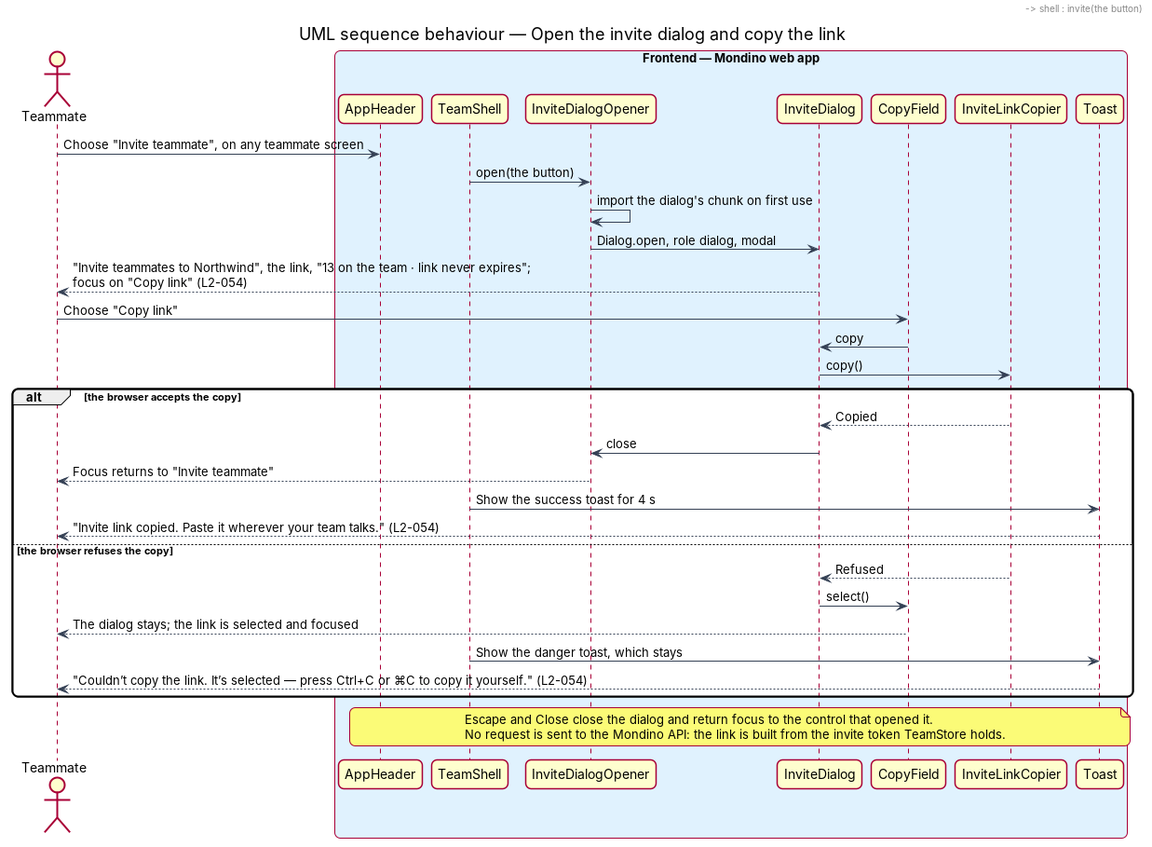
Earlier version of the PlantUML export docs/detailed-designs/joining/invite-teammates/diagrams/sequence-copy-invite-link.png (QuinntyneBrown/Mondino). Its source is kept beside it as docs/detailed-designs/joining/invite-teammates/diagrams/sequence-copy-invite-link.puml.
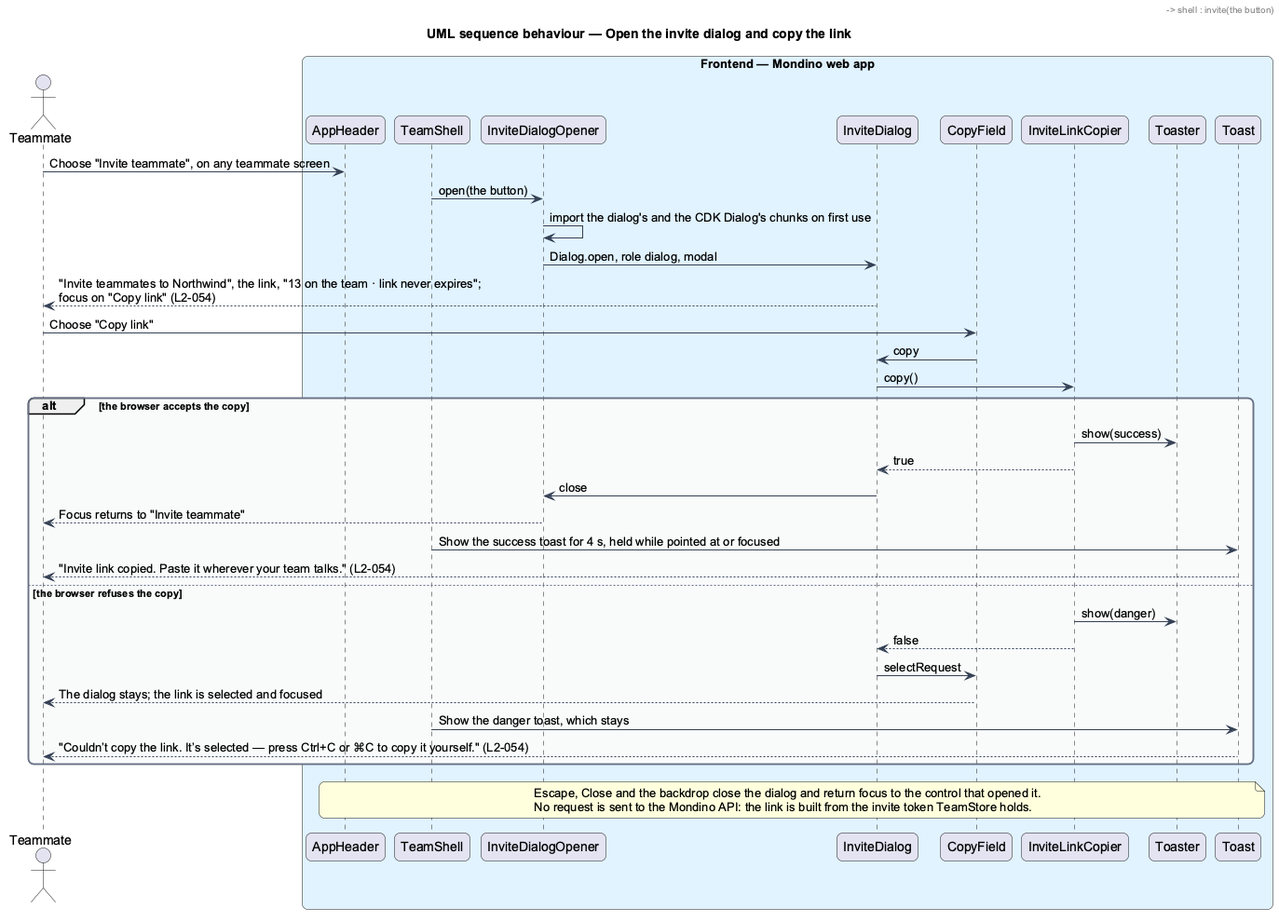
Above is the later version.

Commit message:
Bring the invite design, mocks note and dialog breakpoint in line before journey 16

Diff of the diagram source:
```diff
@@ -22,32 +22,35 @@
   participant "InviteDialog" as dialog
   participant "CopyField" as field
   participant "InviteLinkCopier" as copier
+  participant "Toaster" as toaster
   participant "Toast" as toast
 end box
 actor -> header : Choose "Invite teammate", on any teammate screen
 header -> shell : invite(the button)
 shell -> opener : open(the button)
-opener -> opener : import the dialog's chunk on first use
+opener -> opener : import the dialog's and the CDK Dialog's chunks on first use
 opener -> dialog : Dialog.open, role dialog, modal
 dialog --> actor : "Invite teammates to Northwind", the link, "13 on the team · link never expires";\nfocus on "Copy link" (L2-054)
 actor -> field : Choose "Copy link"
 field -> dialog : copy
 dialog -> copier : copy()
 alt the browser accepts the copy
-  copier --> dialog : Copied
+  copier -> toaster : show(success)
+  copier --> dialog : true
   dialog -> opener : close
   opener --> actor : Focus returns to "Invite teammate"
-  shell -> toast : Show the success toast for 4 s
+  shell -> toast : Show the success toast for 4 s, held while pointed at or focused
   toast --> actor : "Invite link copied. Paste it wherever your team talks." (L2-054)
 else the browser refuses the copy
-  copier --> dialog : Refused
-  dialog -> field : select()
+  copier -> toaster : show(danger)
+  copier --> dialog : false
+  dialog -> field : selectRequest
   field --> actor : The dialog stays; the link is selected and focused
   shell -> toast : Show the danger toast, which stays
   toast --> actor : "Couldn’t copy the link. It’s selected — press Ctrl+C or ⌘C to copy it yourself." (L2-054)
 end
 note over header, toast
-  Escape and Close close the dialog and return focus to the control that opened it.
+  Escape, Close and the backdrop close the dialog and return focus to the control that opened it.
   No request is sent to the Mondino API: the link is built from the invite token TeamStore holds.
 end note
 @enduml
```
